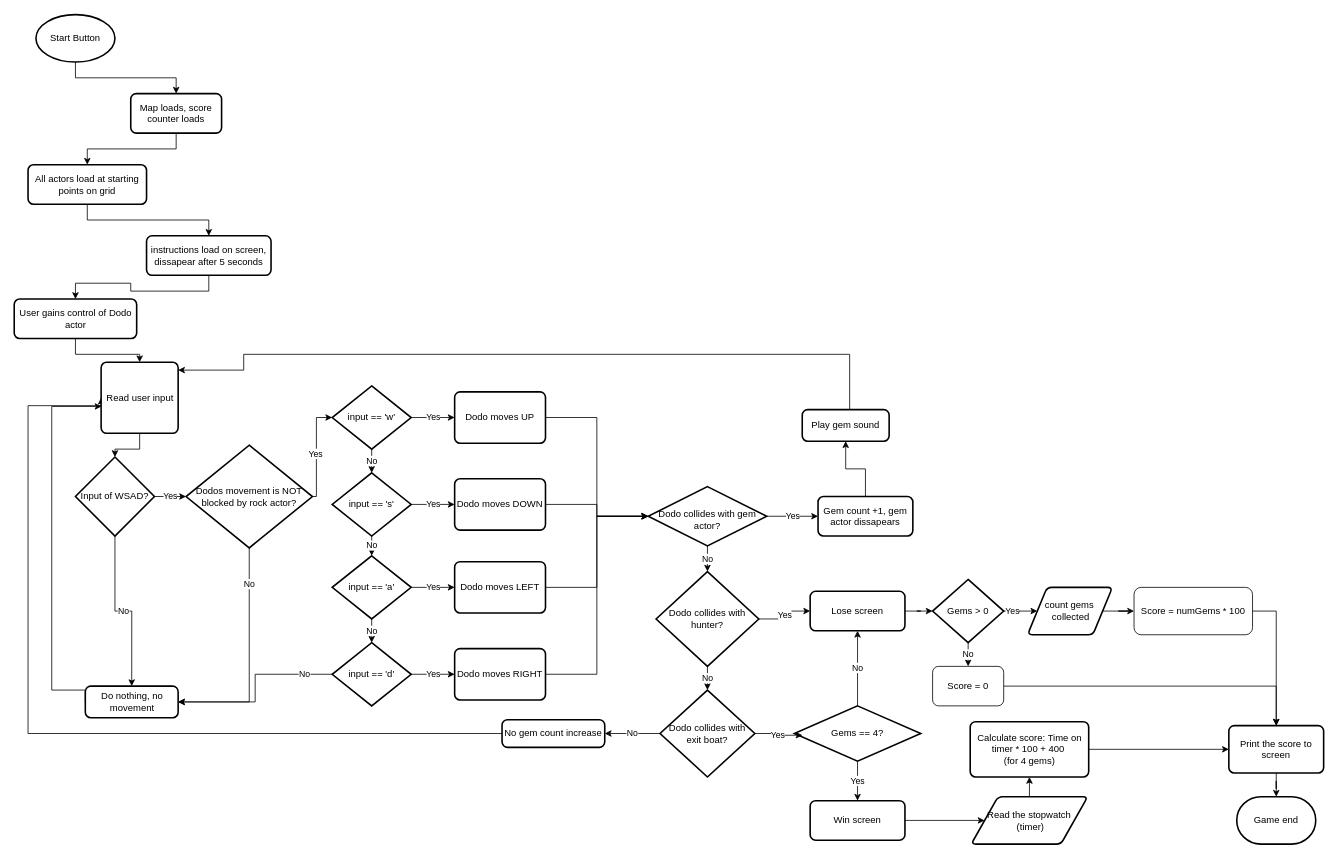
Earlier version of the draw.io diagram AnnabelKulmaczApplicationFlowchart.drawio (AKulmacz/CSC170). Source tidied: cells renumbered, new cells numbered last; positions are measured from the earlier drawing's top-left corner, leaving out a move shared by most shapes. Both pictures are drawn from the tidied source at 79%, with x=0, y=0 at pixel (13, 14).
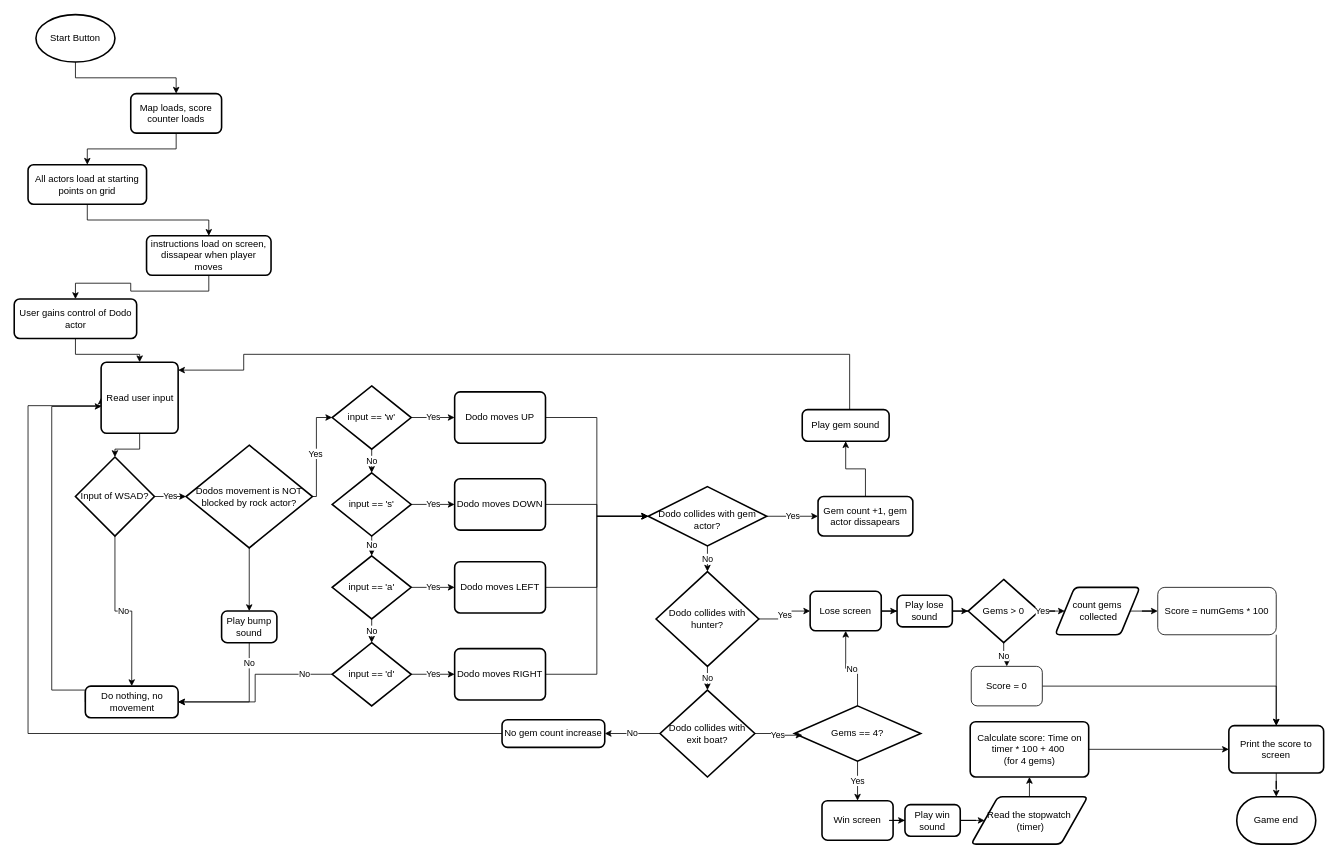
Above is the later version.

Unchanged cells that the change refers to:
```xml
<mxCell id="14" value="Dodos movement is NOT blocked by rock actor?" style="strokeWidth=2;html=1;shape=mxgraph.flowchart.decision;whiteSpace=wrap;" parent="1" vertex="1">
  <mxGeometry x="218" y="545" width="160" height="130" as="geometry" />
</mxCell>
<mxCell id="15" value="Do nothing, no movement" style="rounded=1;whiteSpace=wrap;html=1;absoluteArcSize=1;arcSize=14;strokeWidth=2;" parent="1" vertex="1">
  <mxGeometry x="90.5" y="850" width="117.5" height="40" as="geometry" />
</mxCell>
<mxCell id="42" value="Read the stopwatch&lt;br&gt;&amp;nbsp;(timer)" style="shape=parallelogram;html=1;strokeWidth=2;perimeter=parallelogramPerimeter;whiteSpace=wrap;rounded=1;arcSize=12;size=0.23;" parent="1" vertex="1">
  <mxGeometry x="1211.9" y="990" width="147.4" height="60" as="geometry" />
</mxCell>
```

Diff of the diagram source:
```diff
@@
-    <mxCell id="12" value="instructions load on screen, dissapear after 5 seconds" style="rounded=1;whiteSpace=wrap;html=1;absoluteArcSize=1;arcSize=14;strokeWidth=2;" parent="1" vertex="1">
+    <mxCell id="12" value="instructions load on screen, dissapear when player moves" style="rounded=1;whiteSpace=wrap;html=1;absoluteArcSize=1;arcSize=14;strokeWidth=2;" parent="1" vertex="1">
       <mxGeometry x="168" y="280" width="157.6" height="50" as="geometry" />
     </mxCell>
-    <mxCell id="13" value="No" style="edgeStyle=orthogonalEdgeStyle;rounded=0;jettySize=auto;html=1;entryX=1;entryY=0.5;entryDx=0;entryDy=0;exitX=0.5;exitY=1;exitDx=0;exitDy=0;exitPerimeter=0;" parent="1" edge="1" source="14" target="15">
+    <mxCell id="13" value="No" style="edgeStyle=orthogonalEdgeStyle;rounded=0;jettySize=auto;html=1;entryX=1;entryY=0.5;entryDx=0;entryDy=0;exitX=0.5;exitY=1;exitDx=0;exitDy=0;exitPerimeter=0;" parent="1" edge="1" source="86" target="15">
       <mxGeometry x="-0.68" relative="1" as="geometry" />
     </mxCell>
@@
     <mxCell id="32" value="Lose screen" style="rounded=1;whiteSpace=wrap;html=1;absoluteArcSize=1;arcSize=14;strokeWidth=2;" parent="1" vertex="1">
-      <mxGeometry x="1008" y="730" width="120" height="50" as="geometry" />
+      <mxGeometry x="1008" y="730" width="90" height="50" as="geometry" />
     </mxCell>
@@
     <mxCell id="34" value="Win screen" style="rounded=1;whiteSpace=wrap;html=1;absoluteArcSize=1;arcSize=14;strokeWidth=2;" parent="1" vertex="1">
-      <mxGeometry x="1008" y="995" width="120" height="50" as="geometry" />
+      <mxGeometry x="1023" y="995" width="90" height="50" as="geometry" />
     </mxCell>
@@
-    <mxCell id="41" style="edgeStyle=orthogonalEdgeStyle;rounded=0;jettySize=auto;html=1;" parent="1" edge="1" source="34" target="42">
+    <mxCell id="41" style="edgeStyle=orthogonalEdgeStyle;rounded=0;jettySize=auto;html=1;" parent="1" edge="1" source="84" target="42">
       <mxGeometry relative="1" as="geometry" />
     </mxCell>
@@
-    <mxCell id="70" style="edgeStyle=orthogonalEdgeStyle;rounded=0;jettySize=auto;html=1;" parent="1" edge="1" source="32" target="72">
+    <mxCell id="70" style="edgeStyle=orthogonalEdgeStyle;rounded=0;jettySize=auto;html=1;" parent="1" edge="1" source="82" target="72">
       <mxGeometry relative="1" as="geometry" />
     </mxCell>
@@
     <mxCell id="72" value="Gems &amp;gt; 0" style="strokeWidth=2;html=1;shape=mxgraph.flowchart.decision;whiteSpace=wrap;" parent="1" vertex="1">
-      <mxGeometry x="1163" y="715" width="90" height="80" as="geometry" />
+      <mxGeometry x="1208" y="715" width="90" height="80" as="geometry" />
     </mxCell>
@@
     <mxCell id="74" value="count gems&lt;div&gt;&amp;nbsp;collected&lt;/div&gt;" style="shape=parallelogram;html=1;strokeWidth=2;perimeter=parallelogramPerimeter;whiteSpace=wrap;rounded=1;arcSize=12;size=0.23;" parent="1" vertex="1">
-      <mxGeometry x="1283.2" y="725" width="107.4" height="60" as="geometry" />
+      <mxGeometry x="1318" y="725" width="107.4" height="60" as="geometry" />
     </mxCell>
@@
     <mxCell id="77" value="Score = numGems * 100" style="rounded=1;whiteSpace=wrap;html=1;" parent="1" vertex="1">
-      <mxGeometry x="1418" y="725" width="150" height="60" as="geometry" />
+      <mxGeometry x="1448" y="725" width="150" height="60" as="geometry" />
     </mxCell>
@@
     <mxCell id="79" value="Score = 0" style="rounded=1;whiteSpace=wrap;html=1;" parent="1" vertex="1">
-      <mxGeometry x="1163" y="825" width="90" height="50" as="geometry" />
+      <mxGeometry x="1211.9" y="825" width="90" height="50" as="geometry" />
     </mxCell>
@@
+    <mxCell id="81" style="edgeStyle=orthogonalEdgeStyle;rounded=0;jettySize=auto;html=1;" parent="1" edge="1" source="32" target="82">
+      <mxGeometry relative="1" as="geometry" />
+    </mxCell>
+    <mxCell id="82" value="Play lose sound" style="rounded=1;whiteSpace=wrap;html=1;absoluteArcSize=1;arcSize=14;strokeWidth=2;" parent="1" vertex="1">
+      <mxGeometry x="1118" y="735" width="70" height="40" as="geometry" />
+    </mxCell>
+    <mxCell id="83" style="edgeStyle=orthogonalEdgeStyle;rounded=0;jettySize=auto;html=1;" parent="1" edge="1" source="34" target="84">
+      <mxGeometry relative="1" as="geometry" />
+    </mxCell>
+    <mxCell id="84" value="Play win sound" style="rounded=1;whiteSpace=wrap;html=1;absoluteArcSize=1;arcSize=14;strokeWidth=2;" parent="1" vertex="1">
+      <mxGeometry x="1128" y="1000" width="70" height="40" as="geometry" />
+    </mxCell>
+    <mxCell id="85" style="edgeStyle=orthogonalEdgeStyle;rounded=0;jettySize=auto;html=1;exitX=0.5;exitY=1;exitDx=0;exitDy=0;exitPerimeter=0;entryX=0.5;entryY=0;entryDx=0;entryDy=0;" parent="1" edge="1" source="14" target="86">
+      <mxGeometry x="-0.68" relative="1" as="geometry" />
+    </mxCell>
+    <mxCell id="86" value="Play bump sound" style="rounded=1;whiteSpace=wrap;html=1;absoluteArcSize=1;arcSize=14;strokeWidth=2;" parent="1" vertex="1">
+      <mxGeometry x="263" y="755" width="70" height="40" as="geometry" />
+    </mxCell>
```
